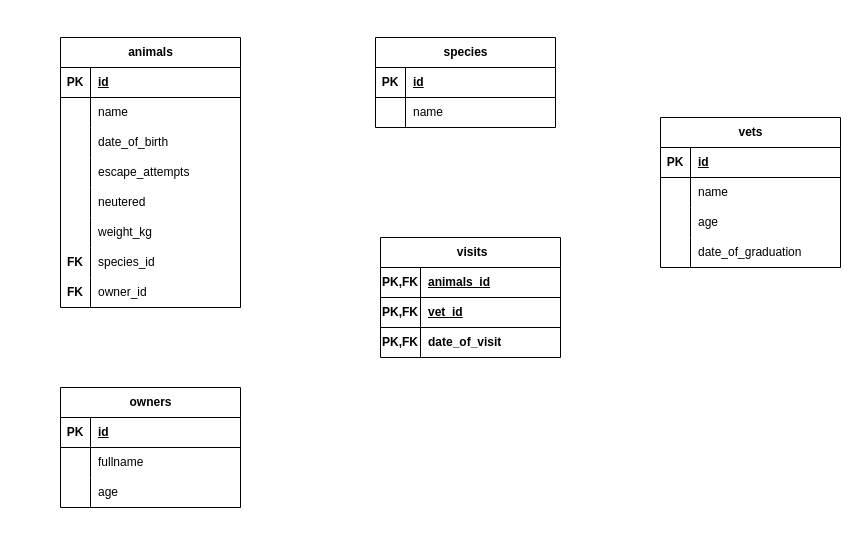
The draw.io diagram Untitled Diagram.drawio in katfogy/vet-clinic, before the edit. Source tidied: cells renumbered, new cells numbered last; positions are measured from the earlier drawing's top-left corner, leaving out a move shared by most shapes. Both pictures are drawn from the tidied source at 100%, with x=0, y=0 at pixel (60, 37).
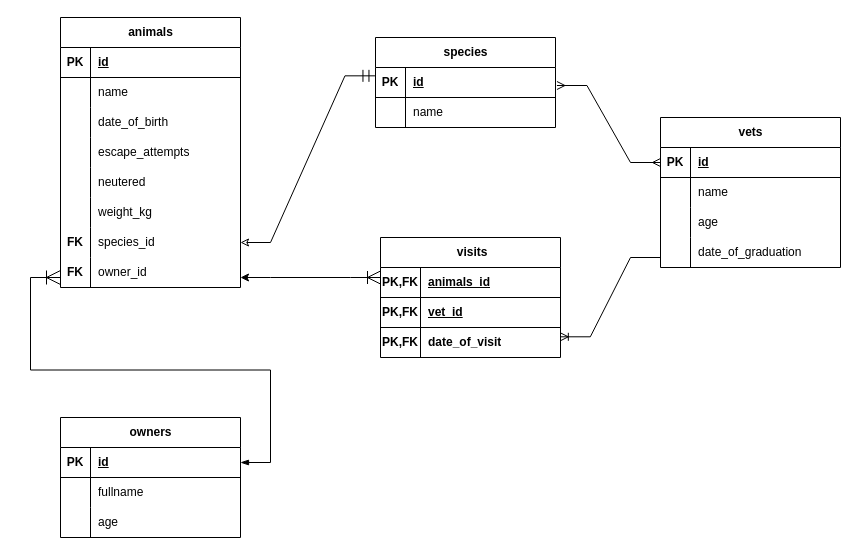
The same page after the edit.

The change refers to these unchanged cells:
```xml
<mxCell id="28" style="shape=tableRow;horizontal=0;startSize=0;swimlaneHead=0;swimlaneBody=0;fillColor=none;points=[[0,0.5],[1,0.5]];portConstraint=eastwest;top=0;left=0;right=0;bottom=1;" parent="27" vertex="1">
  <mxGeometry y="30" width="180" height="30" as="geometry" />
</mxCell>
<mxCell id="35" style="shape=tableRow;horizontal=0;startSize=0;swimlaneHead=0;swimlaneBody=0;fillColor=none;points=[[0,0.5],[1,0.5]];portConstraint=eastwest;top=0;left=0;right=0;bottom=1;" parent="34" vertex="1">
  <mxGeometry y="30" width="180" height="30" as="geometry" />
</mxCell>
<mxCell id="45" style="shape=tableRow;horizontal=0;startSize=0;swimlaneHead=0;swimlaneBody=0;fillColor=none;points=[[0,0.5],[1,0.5]];portConstraint=eastwest;top=0;left=0;right=0;bottom=1;" parent="44" vertex="1">
  <mxGeometry y="30" width="180" height="30" as="geometry" />
</mxCell>
<mxCell id="54" style="shape=tableRow;horizontal=0;startSize=0;swimlaneHead=0;swimlaneBody=0;fillColor=none;points=[[0,0.5],[1,0.5]];portConstraint=eastwest;top=0;left=0;right=0;bottom=0;" parent="44" vertex="1">
  <mxGeometry y="120" width="180" height="30" as="geometry" />
</mxCell>
<mxCell id="64" style="shape=tableRow;horizontal=0;startSize=0;swimlaneHead=0;swimlaneBody=0;fillColor=none;points=[[0,0.5],[1,0.5]];portConstraint=eastwest;top=0;left=0;right=0;bottom=0;" parent="57" vertex="1">
  <mxGeometry y="90" width="180" height="30" as="geometry" />
</mxCell>
```

The edit, as a diff of the source:
```diff
@@
     <mxCell id="2" value="animals" style="shape=table;startSize=30;childLayout=tableLayout;rowLines=0;fontStyle=1;align=center;html=1;" parent="1" vertex="1">
-      <mxGeometry width="180" height="270" as="geometry" />
+      <mxGeometry y="-20" width="180" height="270" as="geometry" />
     </mxCell>
@@
     <mxCell id="34" value="owners" style="shape=table;startSize=30;childLayout=tableLayout;rowLines=0;fontStyle=1;align=center;html=1;" parent="1" vertex="1">
-      <mxGeometry y="350" width="180" height="120" as="geometry" />
+      <mxGeometry y="380" width="180" height="120" as="geometry" />
     </mxCell>
@@
+    <mxCell id="67" style="edgeStyle=entityRelationEdgeStyle;fontSize=12;html=1;endArrow=ERoneToMany;rounded=0;jumpSize=24;endSize=12;startArrow=blockThin;startFill=1;exitX=1;exitY=0.5;exitDx=0;exitDy=0;" parent="1" edge="1" source="35">
+      <mxGeometry relative="1" as="geometry">
+        <mxPoint y="240" as="targetPoint" />
+        <Array as="points">
+          <mxPoint x="200" y="420" />
+          <mxPoint x="200" y="420" />
+          <mxPoint x="200" y="430" />
+          <mxPoint x="-20" y="80" />
+        </Array>
+      </mxGeometry>
+    </mxCell>
+    <mxCell id="68" style="edgeStyle=entityRelationEdgeStyle;fontSize=12;html=1;endArrow=ERmandOne;startArrow=classic;rounded=0;entryX=-0.003;entryY=0.278;entryDx=0;entryDy=0;entryPerimeter=0;strokeWidth=1;endSize=10;targetPerimeterSpacing=5;startFill=0;" parent="1" edge="1" target="28">
+      <mxGeometry relative="1" as="geometry">
+        <mxPoint x="180" y="205" as="sourcePoint" />
+        <Array as="points">
+          <mxPoint x="120" y="155" />
+        </Array>
+      </mxGeometry>
+    </mxCell>
+    <mxCell id="69" style="edgeStyle=entityRelationEdgeStyle;fontSize=12;html=1;endArrow=ERoneToMany;rounded=0;endSize=11;startArrow=classic;startFill=1;" parent="1" edge="1">
+      <mxGeometry relative="1" as="geometry">
+        <mxPoint x="180" y="240" as="sourcePoint" />
+        <mxPoint x="320" y="240" as="targetPoint" />
+      </mxGeometry>
+    </mxCell>
+    <mxCell id="70" style="edgeStyle=entityRelationEdgeStyle;fontSize=12;html=1;endArrow=ERoneToMany;rounded=0;entryX=0.999;entryY=0.31;entryDx=0;entryDy=0;entryPerimeter=0;exitX=0;exitY=0.667;exitDx=0;exitDy=0;exitPerimeter=0;" parent="1" edge="1" source="54" target="64">
+      <mxGeometry relative="1" as="geometry">
+        <Array as="points">
+          <mxPoint x="700" y="230" />
+        </Array>
+      </mxGeometry>
+    </mxCell>
+    <mxCell id="71" style="edgeStyle=entityRelationEdgeStyle;fontSize=12;html=1;endArrow=ERmany;startArrow=ERmany;rounded=0;entryX=0;entryY=0.5;entryDx=0;entryDy=0;exitX=1.008;exitY=0.6;exitDx=0;exitDy=0;exitPerimeter=0;" parent="1" edge="1" source="28" target="45">
+      <mxGeometry relative="1" as="geometry">
+        <Array as="points">
+          <mxPoint x="515" y="-25" />
+        </Array>
+      </mxGeometry>
+    </mxCell>
```
